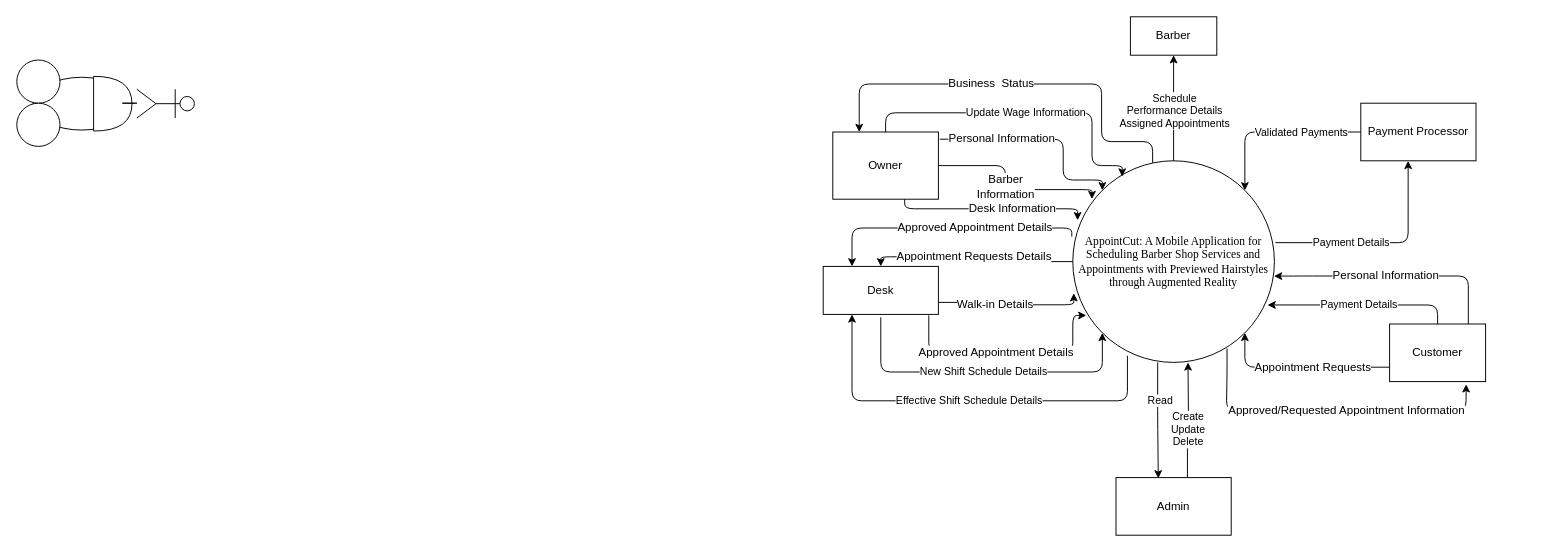
The draw.io diagram page "CFD" (1 of 2) of Diagrams/Context.drawio in iampotato16/AppointCut, before the edit. Source tidied: cells renumbered, new cells numbered last; positions are measured from the earlier drawing's top-left corner, leaving out a move shared by most shapes. Both pictures are drawn from the tidied source at 96%, with x=0, y=0 at pixel (16, 16).
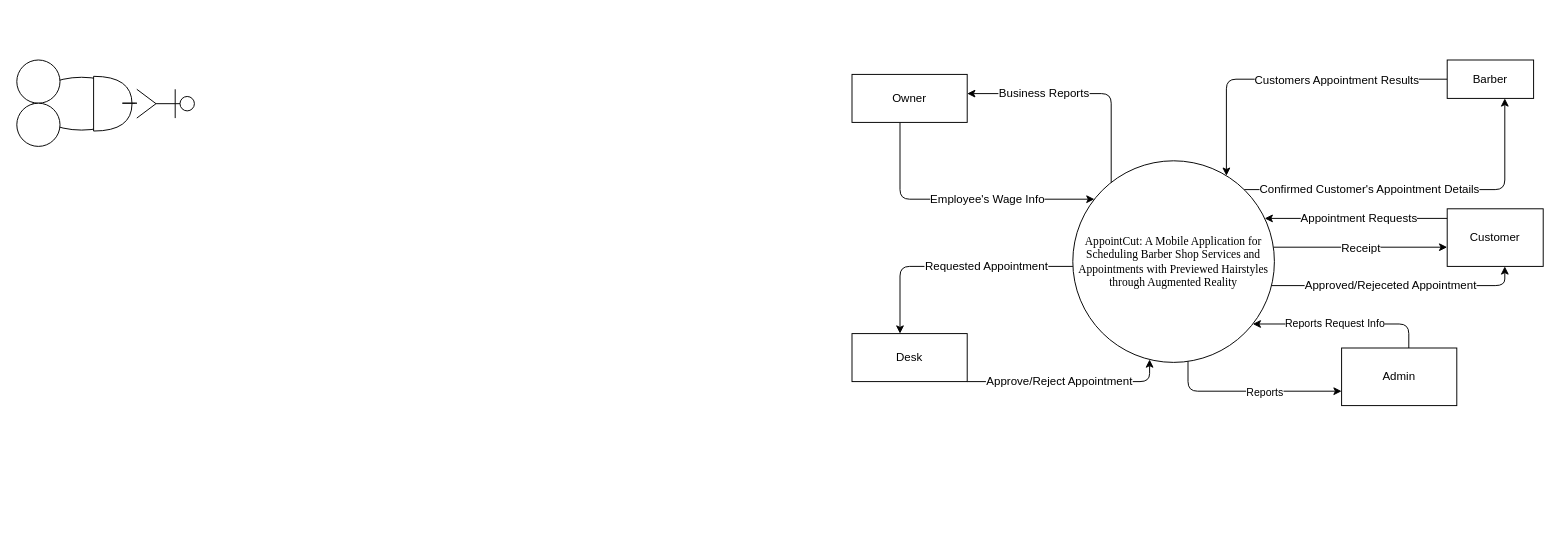
The same diagram, later.

The edit, as a diff of the source:
```diff
@@
+    <mxCell id="21" style="edgeStyle=orthogonalEdgeStyle;jettySize=auto;html=1;labelBackgroundColor=default;fontColor=default;strokeColor=default;rounded=1;" parent="1" edge="1" source="2" target="7">
+      <mxGeometry relative="1" as="geometry">
+        <Array as="points">
+          <mxPoint x="1550" y="180" />
+          <mxPoint x="1550" y="65" />
+        </Array>
+      </mxGeometry>
+    </mxCell>
+    <mxCell id="39" value="Confirmed Customer's Appointment Details" style="edgeLabel;html=1;align=center;verticalAlign=middle;fontSize=12;fontColor=default;" parent="21" vertex="1">
+      <mxGeometry x="-0.29" y="1" relative="1" as="geometry" />
+    </mxCell>
+    <mxCell id="40" style="edgeStyle=orthogonalEdgeStyle;rounded=1;jettySize=auto;html=1;labelBackgroundColor=default;fontColor=default;strokeColor=default;" parent="1" edge="1" source="2" target="8">
+      <mxGeometry relative="1" as="geometry">
+        <Array as="points">
+          <mxPoint x="1400" y="240" />
+          <mxPoint x="1400" y="240" />
+        </Array>
+      </mxGeometry>
+    </mxCell>
+    <mxCell id="41" value="&lt;font style=&quot;font-size: 12px&quot;&gt;Receipt&lt;/font&gt;" style="edgeLabel;html=1;align=center;verticalAlign=middle;fontColor=default;labelBackgroundColor=default;" parent="40" vertex="1">
+      <mxGeometry x="-0.18" relative="1" as="geometry">
+        <mxPoint x="17" as="offset" />
+      </mxGeometry>
+    </mxCell>
-    <mxCell id="2" value="&lt;font style=&quot;font-size: 12px&quot;&gt;&lt;span style=&quot;font-family: &amp;#34;times new roman&amp;#34; ; color: rgb(0 , 0 , 0) ; background-color: transparent ; font-style: normal ; font-variant: normal ; text-decoration: none ; vertical-align: baseline&quot; id=&quot;docs-internal-guid-279cb4f7-7fff-44b1-516b-acc277abbe0b&quot;&gt;AppointCut: A Mobile Application for Scheduling Barber Shop Services and Appointments with Previewed Hairstyles through Augmented Reality&lt;/span&gt;&lt;/font&gt;" style="ellipse;whiteSpace=wrap;html=1;" parent="1" vertex="1">
+    <mxCell id="2" value="&lt;font style=&quot;font-size: 12px&quot;&gt;&lt;span style=&quot;font-family: &amp;quot;times new roman&amp;quot;; background-color: transparent; font-style: normal; font-variant: normal; text-decoration: none; vertical-align: baseline;&quot; id=&quot;docs-internal-guid-279cb4f7-7fff-44b1-516b-acc277abbe0b&quot;&gt;AppointCut: A Mobile Application for Scheduling Barber Shop Services and Appointments with Previewed Hairstyles through Augmented Reality&lt;/span&gt;&lt;/font&gt;" style="ellipse;whiteSpace=wrap;html=1;fillColor=default;strokeColor=default;fontColor=default;" parent="1" vertex="1">
       <mxGeometry x="1100" y="150" width="210" height="210" as="geometry" />
     </mxCell>
-    <mxCell id="3" value="Update Wage Information" style="edgeStyle=orthogonalEdgeStyle;rounded=1;jettySize=auto;html=1;startArrow=none;startFill=0;endArrow=classic;endFill=1;entryX=0.245;entryY=0.078;entryDx=0;entryDy=0;entryPerimeter=0;" parent="1" edge="1" source="4" target="2">
-      <mxGeometry relative="1" as="geometry">
-        <Array as="points">
-          <mxPoint x="905" y="100" />
-          <mxPoint x="1120" y="100" />
-          <mxPoint x="1120" y="155" />
-          <mxPoint x="1151" y="155" />
-        </Array>
-      </mxGeometry>
-    </mxCell>
-    <mxCell id="4" value="Owner" style="rounded=0;whiteSpace=wrap;html=1;fontSize=12;" parent="1" vertex="1">
-      <mxGeometry x="850" y="120" width="110" height="70" as="geometry" />
-    </mxCell>
-    <mxCell id="5" value="&lt;div&gt;Effective Shift Schedule Details&lt;/div&gt;" style="edgeStyle=orthogonalEdgeStyle;rounded=1;jettySize=auto;html=1;entryX=0.271;entryY=0.967;entryDx=0;entryDy=0;entryPerimeter=0;startArrow=classic;startFill=1;endArrow=none;endFill=0;" parent="1" edge="1" source="6" target="2">
-      <mxGeometry relative="1" as="geometry">
-        <Array as="points">
-          <mxPoint x="870" y="400" />
-          <mxPoint x="1157" y="400" />
-        </Array>
-      </mxGeometry>
-    </mxCell>
-    <mxCell id="6" value="Desk" style="rounded=0;whiteSpace=wrap;html=1;fontSize=12;" parent="1" vertex="1">
-      <mxGeometry x="840" y="260" width="120" height="50" as="geometry" />
+    <mxCell id="6" value="Desk" style="rounded=0;whiteSpace=wrap;html=1;fontSize=12;fillColor=default;strokeColor=default;fontColor=default;" parent="1" vertex="1">
+      <mxGeometry x="870" y="330" width="120" height="50" as="geometry" />
     </mxCell>
+    <mxCell id="42" style="edgeStyle=orthogonalEdgeStyle;rounded=1;jettySize=auto;html=1;labelBackgroundColor=default;fontColor=default;strokeColor=default;" parent="1" edge="1" source="7" target="2">
+      <mxGeometry relative="1" as="geometry">
+        <Array as="points">
+          <mxPoint x="1260" y="65" />
+        </Array>
+      </mxGeometry>
+    </mxCell>
+    <mxCell id="43" value="Customers Appointment Results" style="edgeLabel;html=1;align=center;verticalAlign=middle;fontSize=12;fontColor=default;labelBackgroundColor=default;" parent="42" vertex="1">
+      <mxGeometry x="-0.05" y="-2" relative="1" as="geometry">
+        <mxPoint x="41" y="2" as="offset" />
+      </mxGeometry>
+    </mxCell>
-    <mxCell id="7" value="Barber" style="rounded=0;whiteSpace=wrap;html=1;fontSize=12;" parent="1" vertex="1">
-      <mxGeometry x="1160" width="90" height="40" as="geometry" />
+    <mxCell id="7" value="Barber" style="rounded=0;whiteSpace=wrap;html=1;fontSize=12;fillColor=default;strokeColor=default;fontColor=default;" parent="1" vertex="1">
+      <mxGeometry x="1490" y="45" width="90" height="40" as="geometry" />
     </mxCell>
-    <mxCell id="8" value="Customer" style="rounded=0;whiteSpace=wrap;html=1;fontSize=12;" parent="1" vertex="1">
-      <mxGeometry x="1430" y="320" width="100" height="60" as="geometry" />
+    <mxCell id="8" value="Customer" style="rounded=0;whiteSpace=wrap;html=1;fontSize=12;fillColor=default;strokeColor=default;fontColor=default;" parent="1" vertex="1">
+      <mxGeometry x="1490" y="200" width="100" height="60" as="geometry" />
     </mxCell>
-    <mxCell id="9" value="Payment Processor" style="rounded=0;whiteSpace=wrap;html=1;fontSize=12;" parent="1" vertex="1">
-      <mxGeometry x="1400" y="90" width="120" height="60" as="geometry" />
-    </mxCell>
-    <mxCell id="10" value="Business&amp;nbsp; Status" style="endArrow=classic;html=1;rounded=1;fontSize=12;edgeStyle=orthogonalEdgeStyle;exitX=0.396;exitY=0.01;exitDx=0;exitDy=0;entryX=0.25;entryY=0;entryDx=0;entryDy=0;exitPerimeter=0;" parent="1" edge="1" source="2" target="4">
-      <mxGeometry x="0.14" relative="1" as="geometry">
+    <mxCell id="10" value="Business Reports" style="endArrow=classic;html=1;rounded=1;fontSize=12;edgeStyle=orthogonalEdgeStyle;strokeColor=default;labelBackgroundColor=default;fontColor=default;" parent="1" edge="1" source="2" target="4">
+      <mxGeometry x="0.34" relative="1" as="geometry">
         <Array as="points">
-          <mxPoint x="1183" y="130" />
-          <mxPoint x="1130" y="130" />
-          <mxPoint x="1130" y="70" />
-          <mxPoint x="877" y="70" />
+          <mxPoint x="1140" y="80" />
+          <mxPoint x="930" y="80" />
         </Array>
       </mxGeometry>
     </mxCell>
-    <mxCell id="11" value="Personal Information" style="endArrow=classic;html=1;rounded=1;fontSize=12;edgeStyle=orthogonalEdgeStyle;exitX=1.013;exitY=0.107;exitDx=0;exitDy=0;exitPerimeter=0;entryX=0;entryY=0;entryDx=0;entryDy=0;" parent="1" edge="1" source="4" target="2">
-      <mxGeometry x="-0.42" relative="1" as="geometry">
-        <Array as="points">
-          <mxPoint x="1090" y="128" />
-          <mxPoint x="1090" y="170" />
-          <mxPoint x="1131" y="170" />
-        </Array>
-      </mxGeometry>
-    </mxCell>
-    <mxCell id="12" value="Barber&lt;br&gt;Information" style="endArrow=classic;html=1;rounded=1;fontSize=12;edgeStyle=orthogonalEdgeStyle;exitX=1;exitY=0.5;exitDx=0;exitDy=0;entryX=0.095;entryY=0.19;entryDx=0;entryDy=0;entryPerimeter=0;" parent="1" edge="1" source="4" target="2">
-      <mxGeometry x="-0.06" relative="1" as="geometry">
-        <Array as="points">
-          <mxPoint x="1030" y="155" />
-          <mxPoint x="1030" y="180" />
-          <mxPoint x="1120" y="180" />
-        </Array>
-      </mxGeometry>
-    </mxCell>
-    <mxCell id="13" value="Desk Information" style="endArrow=classic;html=1;rounded=1;fontSize=12;edgeStyle=orthogonalEdgeStyle;exitX=0.681;exitY=1.002;exitDx=0;exitDy=0;entryX=0.024;entryY=0.295;entryDx=0;entryDy=0;entryPerimeter=0;exitPerimeter=0;" parent="1" edge="1" source="4" target="2">
+    <mxCell id="13" value="Employee's Wage Info" style="endArrow=classic;html=1;rounded=1;fontSize=12;edgeStyle=orthogonalEdgeStyle;strokeColor=default;labelBackgroundColor=default;fontColor=default;" parent="1" edge="1" source="4" target="2">
       <mxGeometry x="0.21" relative="1" as="geometry">
         <Array as="points">
-          <mxPoint x="925" y="200" />
-          <mxPoint x="1105" y="200" />
+          <mxPoint x="920" y="190" />
         </Array>
       </mxGeometry>
     </mxCell>
-    <mxCell id="14" value="Approved Appointment Details" style="endArrow=classic;html=1;rounded=1;fontSize=12;edgeStyle=orthogonalEdgeStyle;exitX=-0.005;exitY=0.376;exitDx=0;exitDy=0;exitPerimeter=0;entryX=0.25;entryY=0;entryDx=0;entryDy=0;" parent="1" edge="1" source="2" target="6">
-      <mxGeometry x="-0.21" relative="1" as="geometry">
-        <Array as="points">
-          <mxPoint x="1099" y="220" />
-          <mxPoint x="870" y="220" />
-        </Array>
-      </mxGeometry>
-    </mxCell>
-    <mxCell id="15" value="Walk-in Details" style="endArrow=classic;html=1;rounded=1;fontSize=12;edgeStyle=orthogonalEdgeStyle;exitX=1;exitY=0.75;exitDx=0;exitDy=0;entryX=0.005;entryY=0.657;entryDx=0;entryDy=0;entryPerimeter=0;" parent="1" edge="1" source="6" target="2">
-      <mxGeometry x="-0.21" relative="1" as="geometry">
-        <Array as="points">
-          <mxPoint x="1000" y="298" />
-          <mxPoint x="1000" y="300" />
-          <mxPoint x="1101" y="300" />
-        </Array>
-      </mxGeometry>
-    </mxCell>
-    <mxCell id="16" value="Approved Appointment Details" style="endArrow=classic;html=1;rounded=1;fontSize=12;edgeStyle=orthogonalEdgeStyle;entryX=0.067;entryY=0.767;entryDx=0;entryDy=0;entryPerimeter=0;" parent="1" edge="1" target="2">
+    <mxCell id="16" value="Approve/Reject Appointment" style="endArrow=classic;html=1;rounded=1;fontSize=12;edgeStyle=orthogonalEdgeStyle;strokeColor=default;labelBackgroundColor=default;fontColor=default;" parent="1" edge="1" source="6" target="2">
       <mxGeometry x="-0.1" relative="1" as="geometry">
-        <mxPoint x="950" y="311" as="sourcePoint" />
         <Array as="points">
-          <mxPoint x="950" y="350" />
-          <mxPoint x="1100" y="350" />
-          <mxPoint x="1100" y="311" />
+          <mxPoint x="1180" y="380" />
         </Array>
       </mxGeometry>
     </mxCell>
-    <mxCell id="17" value="Personal Information" style="endArrow=classic;html=1;rounded=1;fontSize=12;edgeStyle=orthogonalEdgeStyle;entryX=0.998;entryY=0.572;entryDx=0;entryDy=0;entryPerimeter=0;" parent="1" edge="1" source="8" target="2">
-      <mxGeometry x="0.08" relative="1" as="geometry">
-        <Array as="points">
-          <mxPoint x="1512" y="270" />
-          <mxPoint x="1340" y="270" />
-        </Array>
-      </mxGeometry>
-    </mxCell>
-    <mxCell id="18" value="Approved/Requested Appointment Information" style="endArrow=classic;html=1;rounded=1;fontSize=12;edgeStyle=orthogonalEdgeStyle;exitX=0.765;exitY=0.931;exitDx=0;exitDy=0;exitPerimeter=0;entryX=0.797;entryY=1.047;entryDx=0;entryDy=0;entryPerimeter=0;" parent="1" edge="1" source="2" target="8">
-      <mxGeometry x="0.11" relative="1" as="geometry">
+    <mxCell id="18" value="Approved/Rejeceted Appointment" style="endArrow=classic;html=1;rounded=1;fontSize=12;edgeStyle=orthogonalEdgeStyle;strokeColor=default;labelBackgroundColor=default;fontColor=default;" parent="1" edge="1" source="2" target="8">
+      <mxGeometry x="-0.06" relative="1" as="geometry">
         <Array as="points">
-          <mxPoint x="1261" y="370" />
-          <mxPoint x="1260" y="370" />
-          <mxPoint x="1260" y="410" />
-          <mxPoint x="1510" y="410" />
+          <mxPoint x="1550" y="280" />
         </Array>
       </mxGeometry>
     </mxCell>
-    <mxCell id="19" value="Appointment Requests" style="endArrow=classic;html=1;rounded=1;fontSize=12;edgeStyle=orthogonalEdgeStyle;entryX=1;entryY=1;entryDx=0;entryDy=0;exitX=0;exitY=0.75;exitDx=0;exitDy=0;" parent="1" edge="1" source="8" target="2">
-      <mxGeometry x="-0.14" relative="1" as="geometry">
+    <mxCell id="19" value="Appointment Requests" style="endArrow=classic;html=1;rounded=1;fontSize=12;edgeStyle=orthogonalEdgeStyle;strokeColor=default;labelBackgroundColor=default;fontColor=default;" parent="1" edge="1" source="8" target="2">
+      <mxGeometry x="-0.03" relative="1" as="geometry">
         <Array as="points">
-          <mxPoint x="1279" y="365" />
+          <mxPoint x="1400" y="210" />
+          <mxPoint x="1400" y="210" />
         </Array>
       </mxGeometry>
     </mxCell>
-    <mxCell id="20" value="Appointment Requests Details" style="endArrow=classic;html=1;rounded=1;fontSize=12;edgeStyle=orthogonalEdgeStyle;exitX=0;exitY=0.5;exitDx=0;exitDy=0;entryX=0.5;entryY=0;entryDx=0;entryDy=0;" parent="1" edge="1" source="2" target="6">
-      <mxGeometry relative="1" as="geometry" />
+    <mxCell id="20" value="Requested Appointment" style="endArrow=classic;html=1;rounded=1;fontSize=12;edgeStyle=orthogonalEdgeStyle;strokeColor=default;labelBackgroundColor=default;fontColor=default;" parent="1" edge="1" source="2" target="6">
+      <mxGeometry x="-0.28" relative="1" as="geometry">
+        <Array as="points">
+          <mxPoint x="920" y="260" />
+        </Array>
+      </mxGeometry>
     </mxCell>
-    <mxCell id="21" style="endArrow=classic;html=1;rounded=1;edgeStyle=orthogonalEdgeStyle;" parent="1" edge="1" source="2" target="7">
-      <mxGeometry relative="1" as="geometry">
-        <Array as="points">
-          <mxPoint x="1205" y="25" />
-        </Array>
-      </mxGeometry>
-    </mxCell>
-    <mxCell id="22" value="Schedule&lt;br&gt;Performance Details&lt;br&gt;Assigned Appointments" style="edgeLabel;html=1;align=center;verticalAlign=middle;" parent="21" vertex="1">
-      <mxGeometry x="-0.4" y="-1" relative="1" as="geometry">
-        <mxPoint x="-1" y="-20" as="offset" />
-      </mxGeometry>
-    </mxCell>
-    <mxCell id="23" value="Payment Details" style="endArrow=classic;html=1;rounded=1;edgeStyle=orthogonalEdgeStyle;exitX=0.5;exitY=0;exitDx=0;exitDy=0;entryX=0.966;entryY=0.715;entryDx=0;entryDy=0;entryPerimeter=0;" parent="1" edge="1" source="8" target="2">
-      <mxGeometry x="0.04" relative="1" as="geometry">
-        <Array as="points">
-          <mxPoint x="1480" y="300" />
-        </Array>
-      </mxGeometry>
-    </mxCell>
-    <mxCell id="24" value="Payment Details" style="endArrow=classic;html=1;rounded=1;edgeStyle=orthogonalEdgeStyle;exitX=1.005;exitY=0.406;exitDx=0;exitDy=0;exitPerimeter=0;entryX=0.411;entryY=1.001;entryDx=0;entryDy=0;entryPerimeter=0;" parent="1" edge="1" source="2" target="9">
-      <mxGeometry x="-0.29" relative="1" as="geometry" />
-    </mxCell>
-    <mxCell id="25" style="endArrow=classic;html=1;rounded=1;edgeStyle=orthogonalEdgeStyle;exitX=0;exitY=0.5;exitDx=0;exitDy=0;entryX=1;entryY=0;entryDx=0;entryDy=0;" parent="1" edge="1" source="9" target="2">
-      <mxGeometry relative="1" as="geometry">
-        <Array as="points">
-          <mxPoint x="1279" y="120" />
-        </Array>
-      </mxGeometry>
-    </mxCell>
-    <mxCell id="26" value="Validated Payments" style="edgeLabel;html=1;align=center;verticalAlign=middle;" parent="25" vertex="1">
-      <mxGeometry x="-0.13" y="-1" relative="1" as="geometry">
-        <mxPoint x="16" y="1" as="offset" />
-      </mxGeometry>
-    </mxCell>
-    <mxCell id="27" value="Admin" style="rounded=0;whiteSpace=wrap;html=1;fontSize=12;" parent="1" vertex="1">
-      <mxGeometry x="1145" y="480" width="120" height="60" as="geometry" />
+    <mxCell id="27" value="Admin" style="rounded=0;whiteSpace=wrap;html=1;fontSize=12;fillColor=default;strokeColor=default;fontColor=default;" parent="1" vertex="1">
+      <mxGeometry x="1380" y="345" width="120" height="60" as="geometry" />
     </mxCell>
-    <mxCell id="28" style="endArrow=classic;html=1;rounded=1;strokeColor=default;edgeStyle=orthogonalEdgeStyle;entryX=0.367;entryY=0.013;entryDx=0;entryDy=0;entryPerimeter=0;exitX=0.421;exitY=1;exitDx=0;exitDy=0;exitPerimeter=0;" parent="1" edge="1" source="2" target="27">
-      <mxGeometry relative="1" as="geometry" />
+    <mxCell id="28" style="endArrow=classic;html=1;rounded=1;strokeColor=default;edgeStyle=orthogonalEdgeStyle;labelBackgroundColor=default;fontColor=default;" parent="1" edge="1" source="2" target="27">
+      <mxGeometry relative="1" as="geometry">
+        <Array as="points">
+          <mxPoint x="1220" y="390" />
+        </Array>
+      </mxGeometry>
     </mxCell>
-    <mxCell id="29" value="Read" style="edgeLabel;html=1;align=center;verticalAlign=middle;" parent="28" vertex="1">
+    <mxCell id="29" value="Reports" style="edgeLabel;html=1;align=center;verticalAlign=middle;labelBackgroundColor=default;fontColor=default;" parent="28" vertex="1">
       <mxGeometry x="-0.18" y="-1" relative="1" as="geometry">
-        <mxPoint x="3" y="-10" as="offset" />
+        <mxPoint x="33" y="-1" as="offset" />
       </mxGeometry>
     </mxCell>
-    <mxCell id="30" value="Create&lt;br&gt;Update&lt;br&gt;Delete" style="endArrow=classic;html=1;rounded=1;strokeColor=default;edgeStyle=orthogonalEdgeStyle;exitX=0.62;exitY=0.001;exitDx=0;exitDy=0;exitPerimeter=0;" parent="1" edge="1" source="27">
-      <mxGeometry x="-0.17" y="-1" relative="1" as="geometry">
-        <mxPoint x="1220" y="360" as="targetPoint" />
+    <mxCell id="30" value="Reports Request Info" style="endArrow=classic;html=1;rounded=1;strokeColor=default;edgeStyle=orthogonalEdgeStyle;labelBackgroundColor=default;fontColor=default;" parent="1" edge="1" source="27" target="2">
+      <mxGeometry x="0.09" relative="1" as="geometry">
+        <Array as="points">
+          <mxPoint x="1450" y="320" />
+        </Array>
       </mxGeometry>
     </mxCell>
-    <mxCell id="31" value="New Shift Schedule Details" style="endArrow=classic;html=1;edgeStyle=orthogonalEdgeStyle;rounded=1;entryX=0;entryY=1;entryDx=0;entryDy=0;startArrow=none;startFill=0;" parent="1" edge="1" target="2">
-      <mxGeometry relative="1" as="geometry">
-        <mxPoint x="900" y="313" as="sourcePoint" />
-        <Array as="points">
-          <mxPoint x="900" y="370" />
-          <mxPoint x="1131" y="370" />
-        </Array>
-      </mxGeometry>
-    </mxCell>
@@
+    <mxCell id="4" value="Owner" style="rounded=0;whiteSpace=wrap;html=1;fontSize=12;fillColor=default;strokeColor=default;fontColor=default;" parent="1" vertex="1">
+      <mxGeometry x="870" y="60" width="120" height="50" as="geometry" />
+    </mxCell>
```
